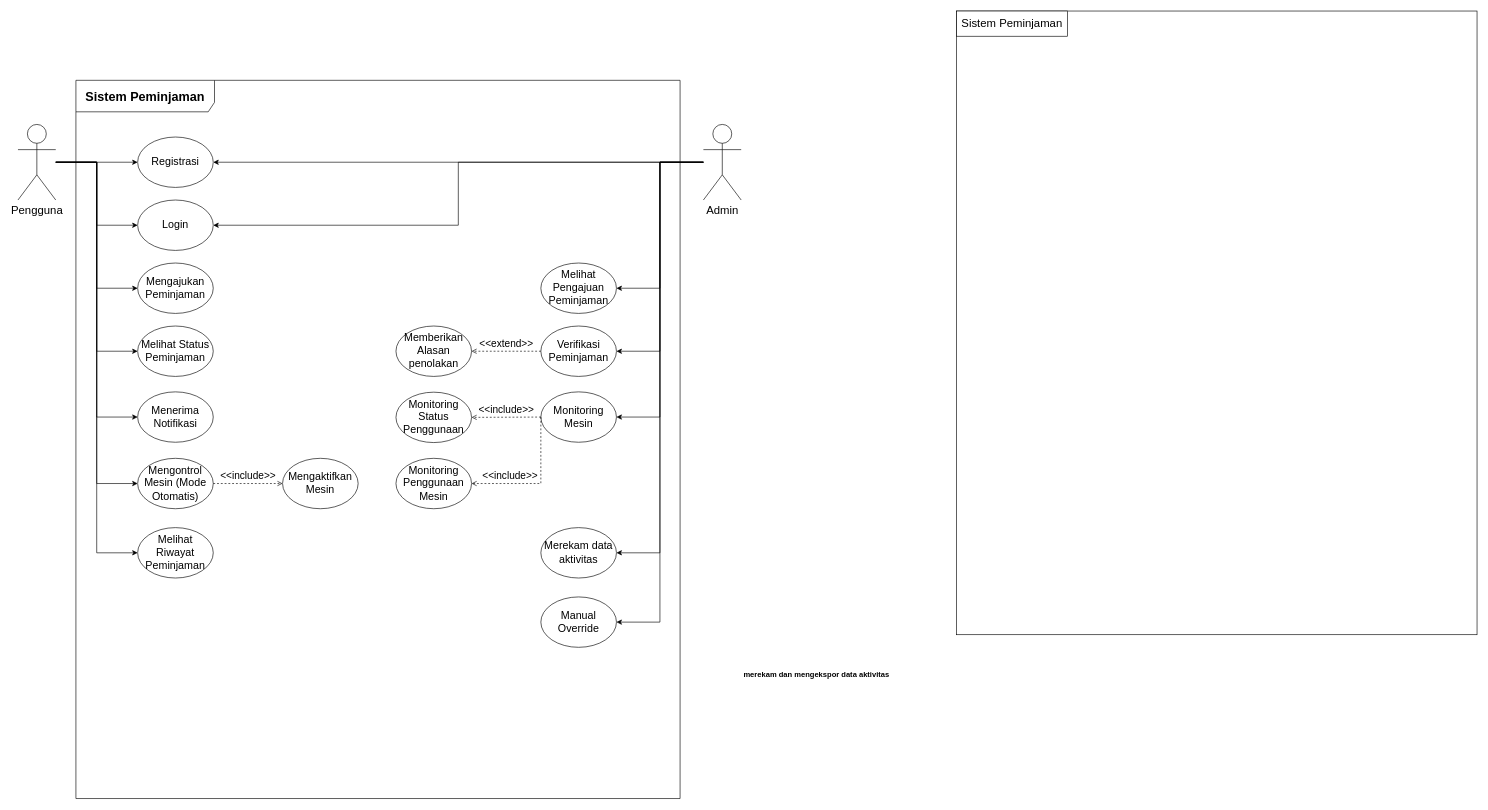
Above: page "Halaman-11" (11 of 12) of Diagram Aktivitas Admin.drawio.xml in murtianggraeni/TugasAkhir_Flowchart (draw.io), before the change. Source tidied: cells renumbered, new cells numbered last; positions are measured from the earlier drawing's top-left corner, leaving out a move shared by most shapes. Both pictures are drawn from the tidied source at 63%, with x=0, y=0 at pixel (18, 11).
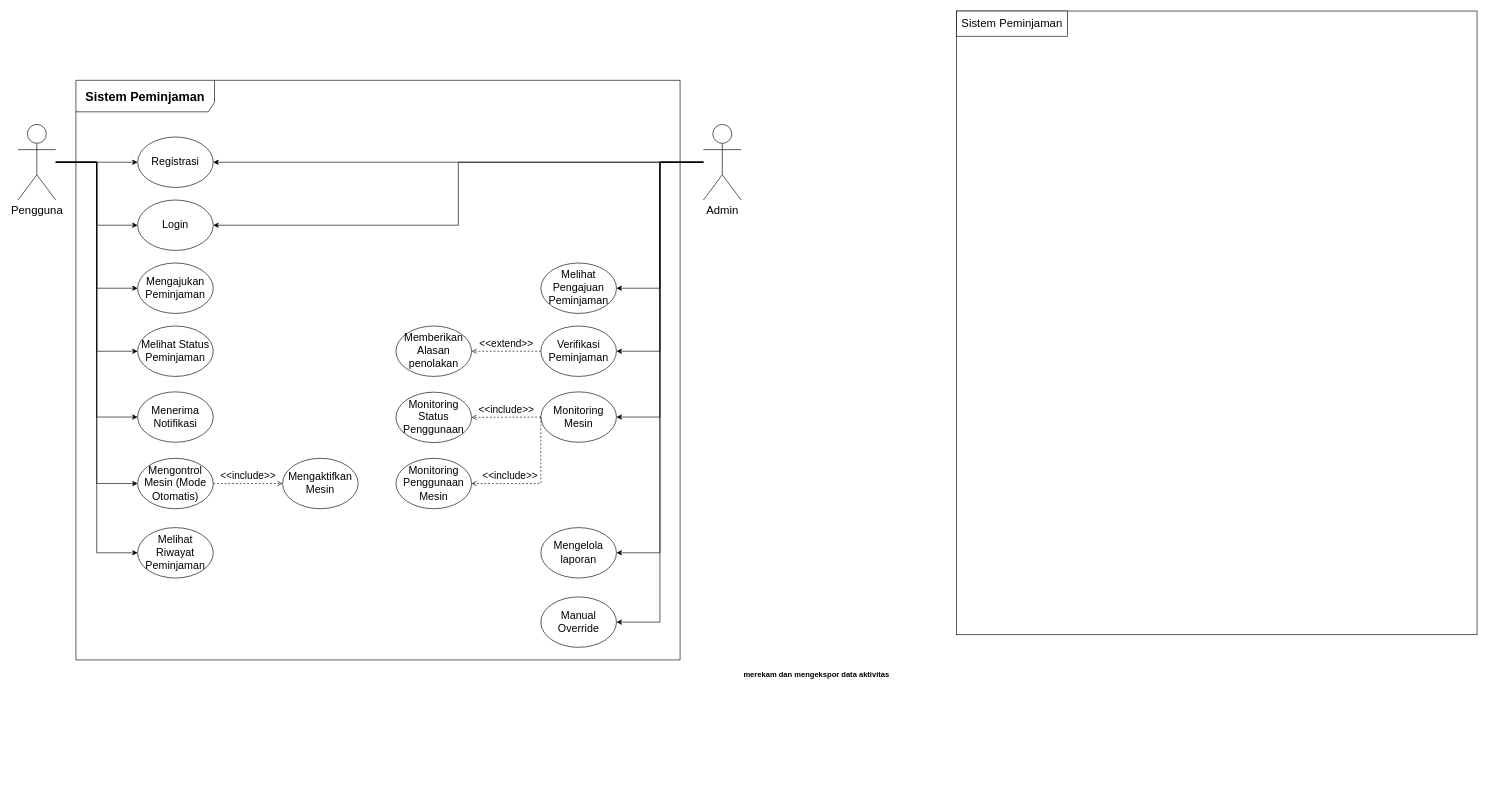
Above is the later version.

What changed in the source:
```diff
@@
     <mxCell id="34" value="&lt;font style=&quot;font-size: 20px;&quot;&gt;&lt;b&gt;Sistem Peminjaman&lt;/b&gt;&lt;/font&gt;" style="shape=umlFrame;whiteSpace=wrap;html=1;width=220;height=50;" parent="1" vertex="1">
-      <mxGeometry x="92" y="110" width="959" height="1140" as="geometry" />
+      <mxGeometry x="92" y="110" width="959" height="920" as="geometry" />
     </mxCell>
@@
-    <mxCell id="36" value="&lt;span style=&quot;text-align: left;&quot;&gt;&lt;font style=&quot;font-size: 17px;&quot;&gt;Merekam data aktivitas&lt;/font&gt;&lt;/span&gt;" style="ellipse;whiteSpace=wrap;html=1;" parent="1" vertex="1">
+    <mxCell id="36" value="&lt;span style=&quot;text-align: left;&quot;&gt;&lt;font style=&quot;font-size: 17px;&quot;&gt;Mengelola laporan&lt;/font&gt;&lt;/span&gt;" style="ellipse;whiteSpace=wrap;html=1;" parent="1" vertex="1">
       <mxGeometry x="830" y="820" width="120" height="80" as="geometry" />
     </mxCell>
```
